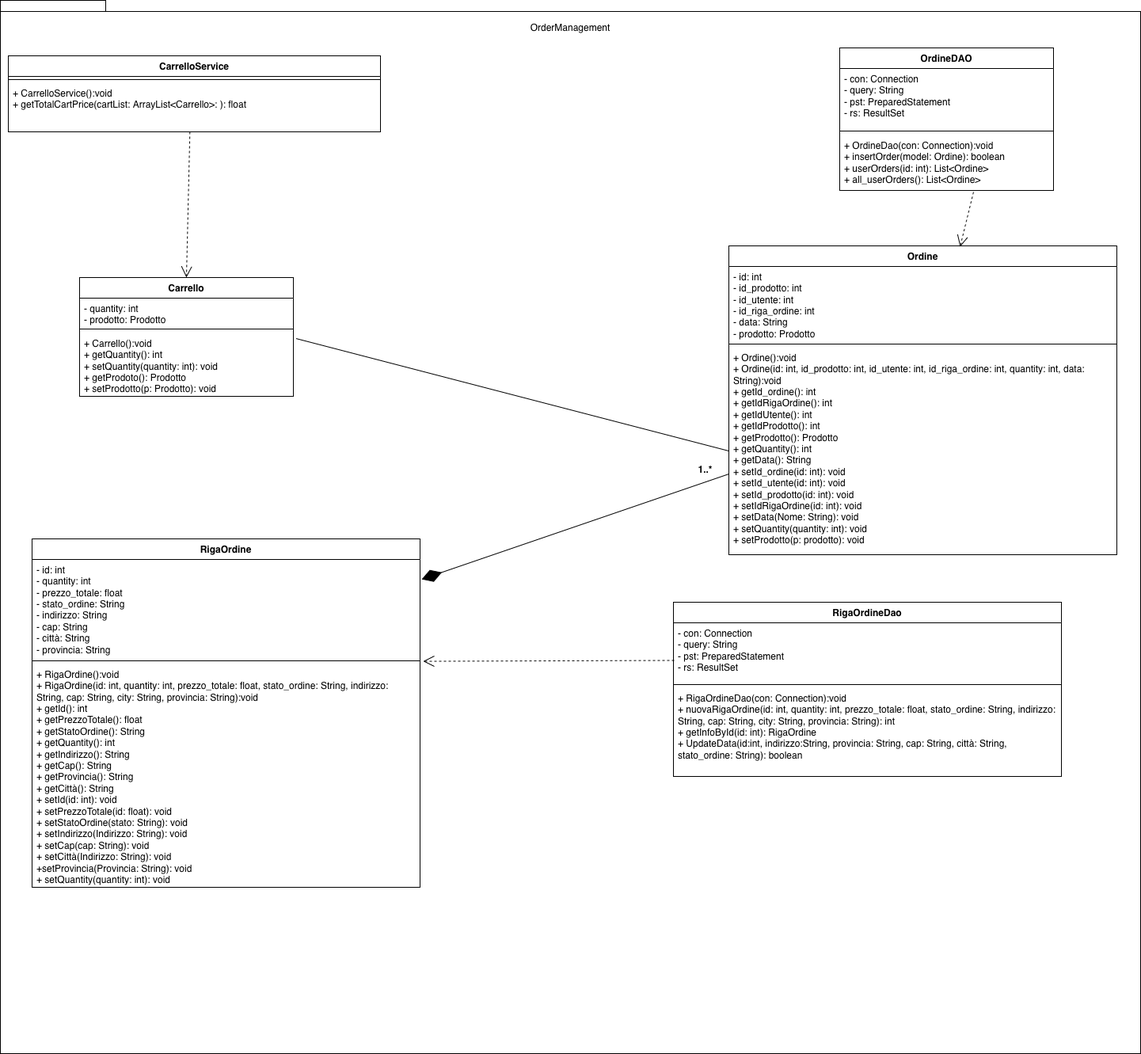
Above: Deliverables/Object Design Document Images/OrderManagement.png in SigsUni/LaCantina (draw.io), before the change. Source tidied: cells renumbered, new cells last; positions are measured from the earlier drawing's top-left corner, leaving out a move shared by most shapes.
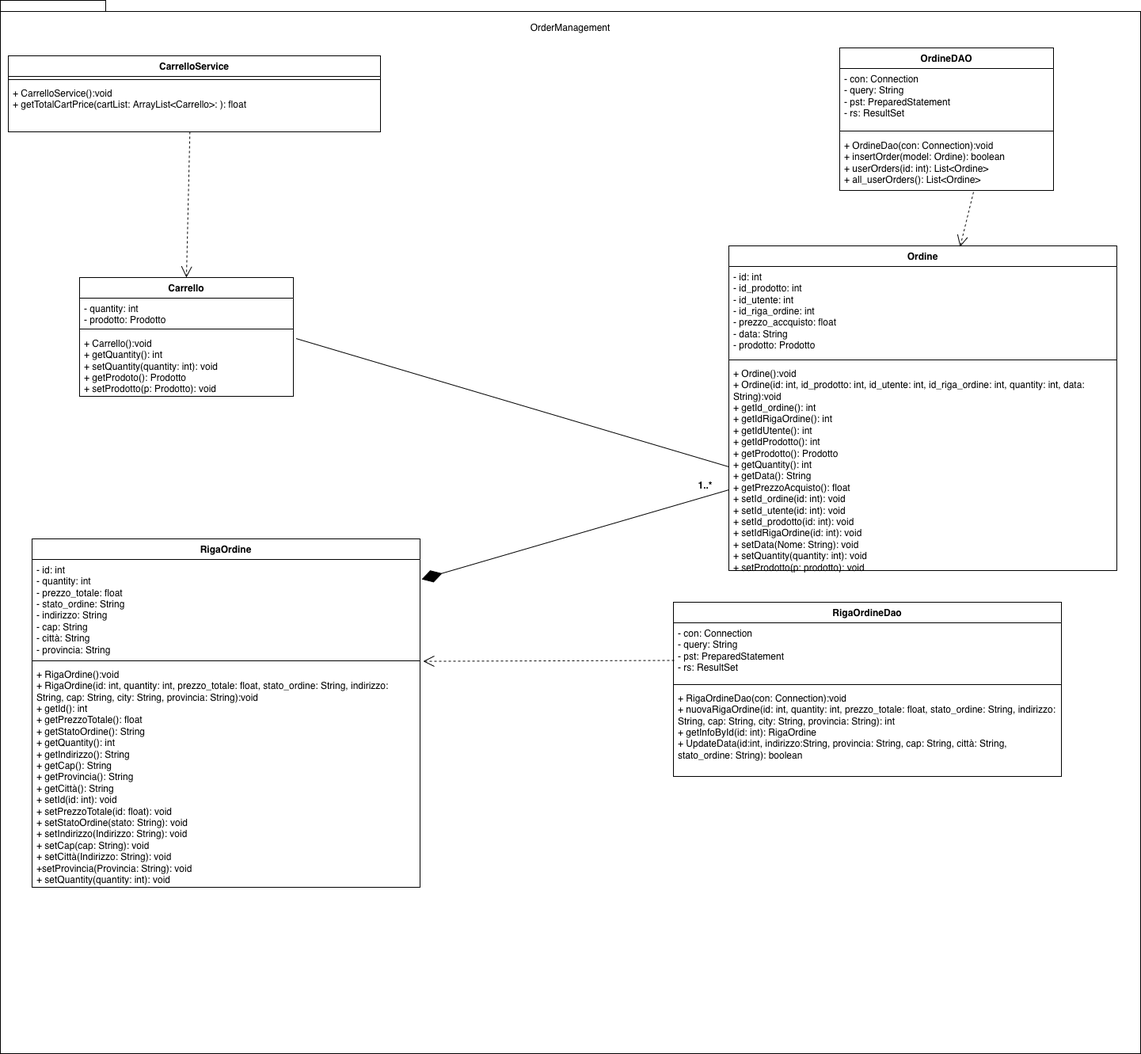
The same diagram one commit later.

What changed in the source:
```diff
@@ -21,16 +21,16 @@
       <mxGeometry y="110" width="270" height="70" as="geometry" />
     </mxCell>
     <mxCell id="8" value="Ordine" style="swimlane;fontStyle=1;align=center;verticalAlign=top;horizontal=1;startSize=26;whiteSpace=wrap;html=1;" parent="1" vertex="1">
-      <mxGeometry x="920" y="310" width="490" height="390" as="geometry" />
+      <mxGeometry x="920" y="310" width="490" height="410" as="geometry" />
     </mxCell>
-    <mxCell id="9" value="&lt;div&gt;- id: int&lt;/div&gt;&lt;div&gt;- id_prodotto: int&lt;/div&gt;&lt;div&gt;- id_utente: int&lt;span style=&quot;white-space: pre;&quot;&gt;&#9;&lt;/span&gt;&lt;/div&gt;&lt;div&gt;&lt;span style=&quot;white-space: pre;&quot;&gt;- id_riga_ordine: int&lt;/span&gt;&lt;/div&gt;&lt;div&gt;&lt;span style=&quot;white-space: pre;&quot;&gt;- data: String&lt;/span&gt;&lt;/div&gt;&lt;div&gt;&lt;span style=&quot;white-space: pre;&quot;&gt;- prodotto: Prodotto&lt;/span&gt;&lt;/div&gt;" style="text;strokeColor=none;fillColor=none;align=left;verticalAlign=top;spacingLeft=4;spacingRight=4;overflow=hidden;whiteSpace=wrap;html=1;" parent="8" vertex="1">
-      <mxGeometry y="26" width="490" height="94" as="geometry" />
+    <mxCell id="9" value="&lt;div&gt;- id: int&lt;/div&gt;&lt;div&gt;- id_prodotto: int&lt;/div&gt;&lt;div&gt;- id_utente: int&lt;span style=&quot;white-space: pre;&quot;&gt;&#9;&lt;/span&gt;&lt;/div&gt;&lt;div&gt;&lt;span style=&quot;white-space: pre;&quot;&gt;- id_riga_ordine: int&lt;/span&gt;&lt;/div&gt;&lt;div&gt;&lt;span style=&quot;white-space: pre;&quot;&gt;- prezzo_accquisto: float&lt;/span&gt;&lt;/div&gt;&lt;div&gt;&lt;span style=&quot;white-space: pre;&quot;&gt;- data: String&lt;/span&gt;&lt;/div&gt;&lt;div&gt;&lt;span style=&quot;white-space: pre;&quot;&gt;- prodotto: Prodotto&lt;/span&gt;&lt;/div&gt;" style="text;strokeColor=none;fillColor=none;align=left;verticalAlign=top;spacingLeft=4;spacingRight=4;overflow=hidden;whiteSpace=wrap;html=1;" parent="8" vertex="1">
+      <mxGeometry y="26" width="490" height="114" as="geometry" />
     </mxCell>
     <mxCell id="10" style="line;strokeWidth=1;fillColor=none;align=left;verticalAlign=middle;spacingTop=-1;spacingLeft=3;spacingRight=3;labelPosition=right;strokeColor=inherit;" parent="8" vertex="1">
-      <mxGeometry y="120" width="490" height="8" as="geometry" />
+      <mxGeometry y="140" width="490" height="8" as="geometry" />
     </mxCell>
-    <mxCell id="11" value="&lt;div&gt;+ Ordine():void&lt;/div&gt;&lt;div&gt;+ Ordine(id: int, id_prodotto: int, id_utente: int, id_riga_ordine: int, quantity: int, data: String):void&lt;/div&gt;&lt;div&gt;+ getId_ordine(): int&lt;/div&gt;&lt;div&gt;+ getIdRigaOrdine(): int&lt;/div&gt;&lt;div&gt;+ getIdUtente(): int&lt;/div&gt;&lt;div&gt;+ getIdProdotto(): int&lt;/div&gt;&lt;div&gt;+ getProdotto(): Prodotto&lt;/div&gt;&lt;div&gt;+ getQuantity(): int&lt;/div&gt;&lt;div&gt;+ getData(): String&lt;/div&gt;&lt;div&gt;+ setId_ordine(id: int): void&lt;/div&gt;&lt;div&gt;+ setId_utente(id: int): void&lt;/div&gt;&lt;div&gt;+ setId_prodotto(id: int): void&lt;/div&gt;&lt;div&gt;+ setIdRigaOrdine(id: int): void&lt;/div&gt;&lt;div&gt;+&amp;nbsp;setData(Nome: String): void&lt;/div&gt;&lt;div&gt;+ setQuantity(quantity: int): void&lt;/div&gt;&lt;div&gt;+ setProdotto(p: prodotto): void&lt;/div&gt;&lt;div&gt;&lt;br&gt;&lt;/div&gt;" style="text;strokeColor=none;fillColor=none;align=left;verticalAlign=top;spacingLeft=4;spacingRight=4;overflow=hidden;points=[[0,0.5],[1,0.5]];portConstraint=eastwest;whiteSpace=wrap;html=1;" parent="8" vertex="1">
-      <mxGeometry y="128" width="490" height="262" as="geometry" />
+    <mxCell id="11" value="&lt;div&gt;+ Ordine():void&lt;/div&gt;&lt;div&gt;+ Ordine(id: int, id_prodotto: int, id_utente: int, id_riga_ordine: int, quantity: int, data: String):void&lt;/div&gt;&lt;div&gt;+ getId_ordine(): int&lt;/div&gt;&lt;div&gt;+ getIdRigaOrdine(): int&lt;/div&gt;&lt;div&gt;+ getIdUtente(): int&lt;/div&gt;&lt;div&gt;+ getIdProdotto(): int&lt;/div&gt;&lt;div&gt;+ getProdotto(): Prodotto&lt;/div&gt;&lt;div&gt;+ getQuantity(): int&lt;/div&gt;&lt;div&gt;+ getData(): String&lt;/div&gt;&lt;div&gt;+ getPrezzoAcquisto(): float&lt;/div&gt;&lt;div&gt;+ setId_ordine(id: int): void&lt;/div&gt;&lt;div&gt;+ setId_utente(id: int): void&lt;/div&gt;&lt;div&gt;+ setId_prodotto(id: int): void&lt;/div&gt;&lt;div&gt;+ setIdRigaOrdine(id: int): void&lt;/div&gt;&lt;div&gt;+&amp;nbsp;setData(Nome: String): void&lt;/div&gt;&lt;div&gt;+ setQuantity(quantity: int): void&lt;/div&gt;&lt;div&gt;+ setProdotto(p: prodotto): void&lt;/div&gt;&lt;div&gt;&lt;br&gt;&lt;/div&gt;" style="text;strokeColor=none;fillColor=none;align=left;verticalAlign=top;spacingLeft=4;spacingRight=4;overflow=hidden;points=[[0,0.5],[1,0.5]];portConstraint=eastwest;whiteSpace=wrap;html=1;" parent="8" vertex="1">
+      <mxGeometry y="148" width="490" height="262" as="geometry" />
     </mxCell>
     <mxCell id="12" style="endArrow=open;endSize=12;dashed=1;html=1;rounded=0;exitX=0.626;exitY=1.029;exitDx=0;exitDy=0;exitPerimeter=0;entryX=0.596;entryY=0.003;entryDx=0;entryDy=0;entryPerimeter=0;" parent="1" edge="1" source="7" target="8">
       <mxGeometry relative="1" as="geometry" />
@@ -93,7 +93,7 @@
       <mxGeometry relative="1" as="geometry" />
     </mxCell>
     <mxCell id="32" value="1..*" style="text;align=center;fontStyle=1;verticalAlign=middle;spacingLeft=3;spacingRight=3;strokeColor=none;html=1;" parent="1" vertex="1">
-      <mxGeometry x="850" y="580" width="80" height="26" as="geometry" />
+      <mxGeometry x="850" y="600" width="80" height="26" as="geometry" />
     </mxCell>
   </root>
 </mxGraphModel>
```
